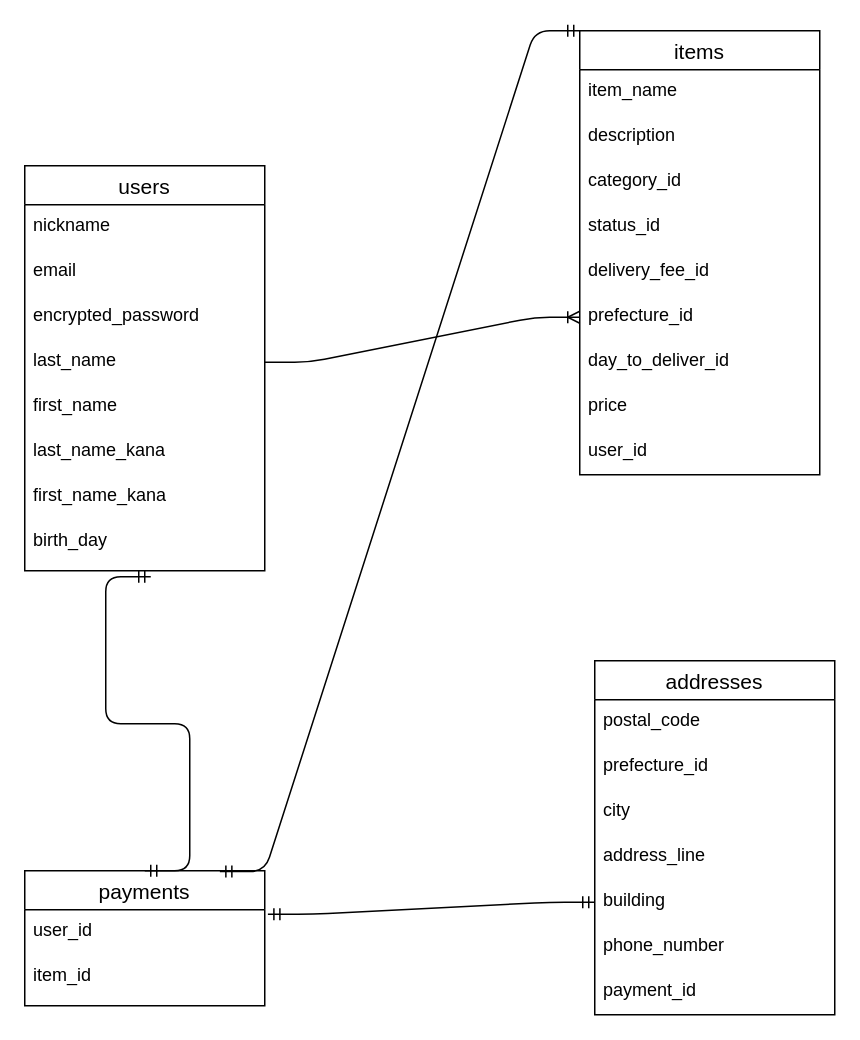
Before: ER.dio in o-takeshi-tech/furima-32487, a draw.io diagram. Source tidied: cells renumbered, new cells numbered last; positions are measured from the earlier drawing's top-left corner, leaving out a move shared by most shapes. Both pictures are drawn from the tidied source at 150%, with x=0, y=0 at pixel (24, 30).
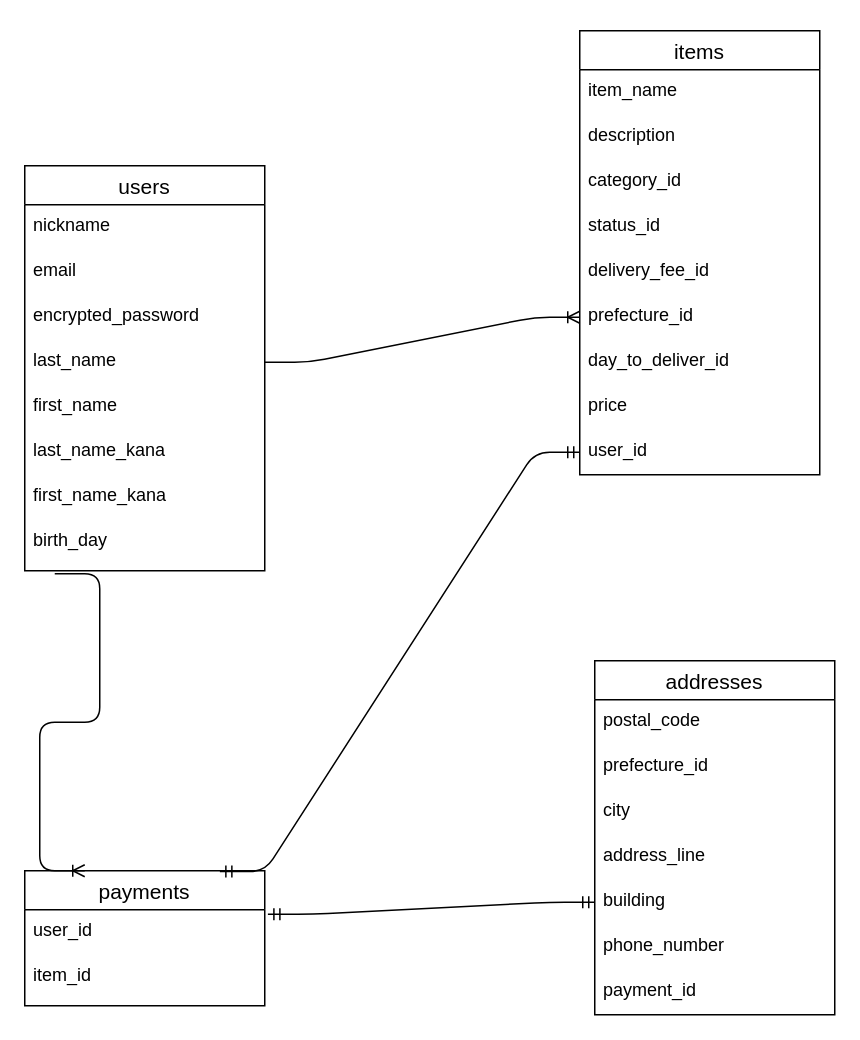
The same diagram, later.

Commit message (it also covers changes not shown here):
DBの修正2回目(usersテーブルのアソシエーション変更)

Unchanged cells that the change refers to:
```xml
<mxCell id="10" value="birth_day" style="text;strokeColor=none;fillColor=none;spacingLeft=4;spacingRight=4;overflow=hidden;points=[[0,0.5],[1,0.5]];portConstraint=eastwest;fontSize=12;" parent="2" vertex="1">
  <mxGeometry y="236" width="160" height="34" as="geometry" />
</mxCell>
<mxCell id="11" value="items" style="swimlane;fontStyle=0;horizontal=1;startSize=26;align=center;fontSize=14;" parent="1" vertex="1">
  <mxGeometry x="370" width="160" height="296" as="geometry" />
</mxCell>
<mxCell id="20" value="user_id" style="text;strokeColor=none;fillColor=none;spacingLeft=4;spacingRight=4;overflow=hidden;points=[[0,0.5],[1,0.5]];portConstraint=eastwest;fontSize=12;" parent="11" vertex="1">
  <mxGeometry y="266" width="160" height="30" as="geometry" />
</mxCell>
<mxCell id="21" value="payments" style="swimlane;fontStyle=0;horizontal=1;startSize=26;align=center;fontSize=14;" parent="1" vertex="1">
  <mxGeometry y="560" width="160" height="90" as="geometry" />
</mxCell>
```

Change to the diagram source:
```diff
@@
-    <mxCell id="33" style="edgeStyle=entityRelationEdgeStyle;fontSize=12;html=1;endArrow=ERmandOne;startArrow=ERmandOne;entryX=0.525;entryY=1.118;entryDx=0;entryDy=0;entryPerimeter=0;exitX=0.5;exitY=0;exitDx=0;exitDy=0;" parent="1" edge="1" source="21" target="10">
-      <mxGeometry relative="1" as="geometry" />
-    </mxCell>
-    <mxCell id="34" style="edgeStyle=entityRelationEdgeStyle;fontSize=12;html=1;endArrow=ERmandOne;startArrow=ERmandOne;entryX=0;entryY=0;entryDx=0;entryDy=0;exitX=0.813;exitY=0.006;exitDx=0;exitDy=0;exitPerimeter=0;" parent="1" edge="1" source="21" target="11">
+    <mxCell id="34" style="edgeStyle=entityRelationEdgeStyle;fontSize=12;html=1;endArrow=ERmandOne;startArrow=ERmandOne;exitX=0.813;exitY=0.006;exitDx=0;exitDy=0;exitPerimeter=0;" parent="1" edge="1" source="21" target="20">
       <mxGeometry relative="1" as="geometry" />
     </mxCell>
@@
+    <mxCell id="36" style="edgeStyle=entityRelationEdgeStyle;fontSize=12;html=1;endArrow=ERoneToMany;exitX=0.125;exitY=1.059;exitDx=0;exitDy=0;exitPerimeter=0;entryX=0.25;entryY=0;entryDx=0;entryDy=0;" parent="1" edge="1" source="10" target="21">
+      <mxGeometry relative="1" as="geometry" />
+    </mxCell>
```
